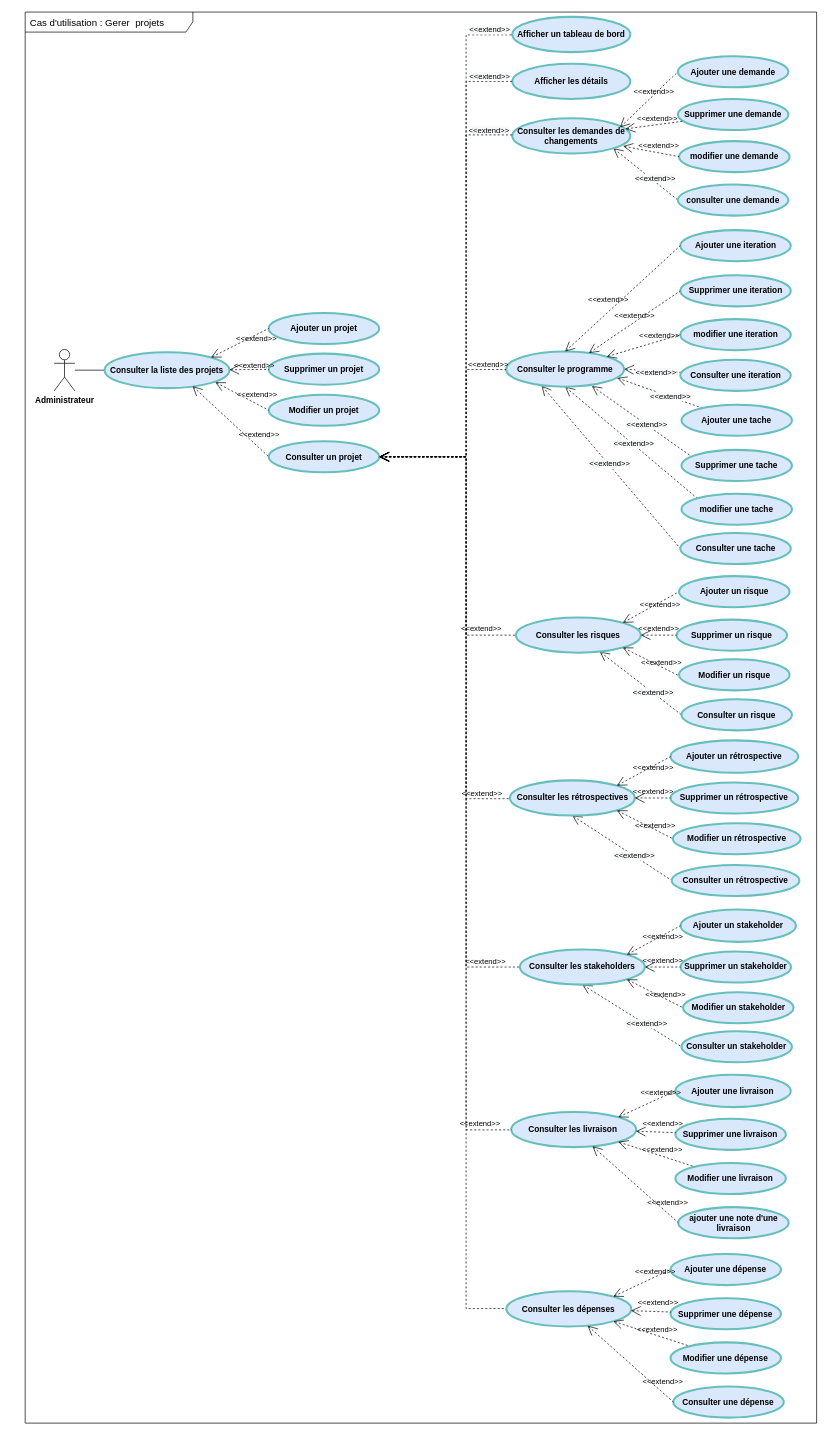
Earlier version of the draw.io diagram Project Use Case.drawio (ZidiMedAmine/UML). Source tidied: cells renumbered, new cells numbered last; positions are measured from the earlier drawing's top-left corner, leaving out a move shared by most shapes. Both pictures are drawn from the tidied source at 69%, with x=0, y=0 at pixel (25, 12).
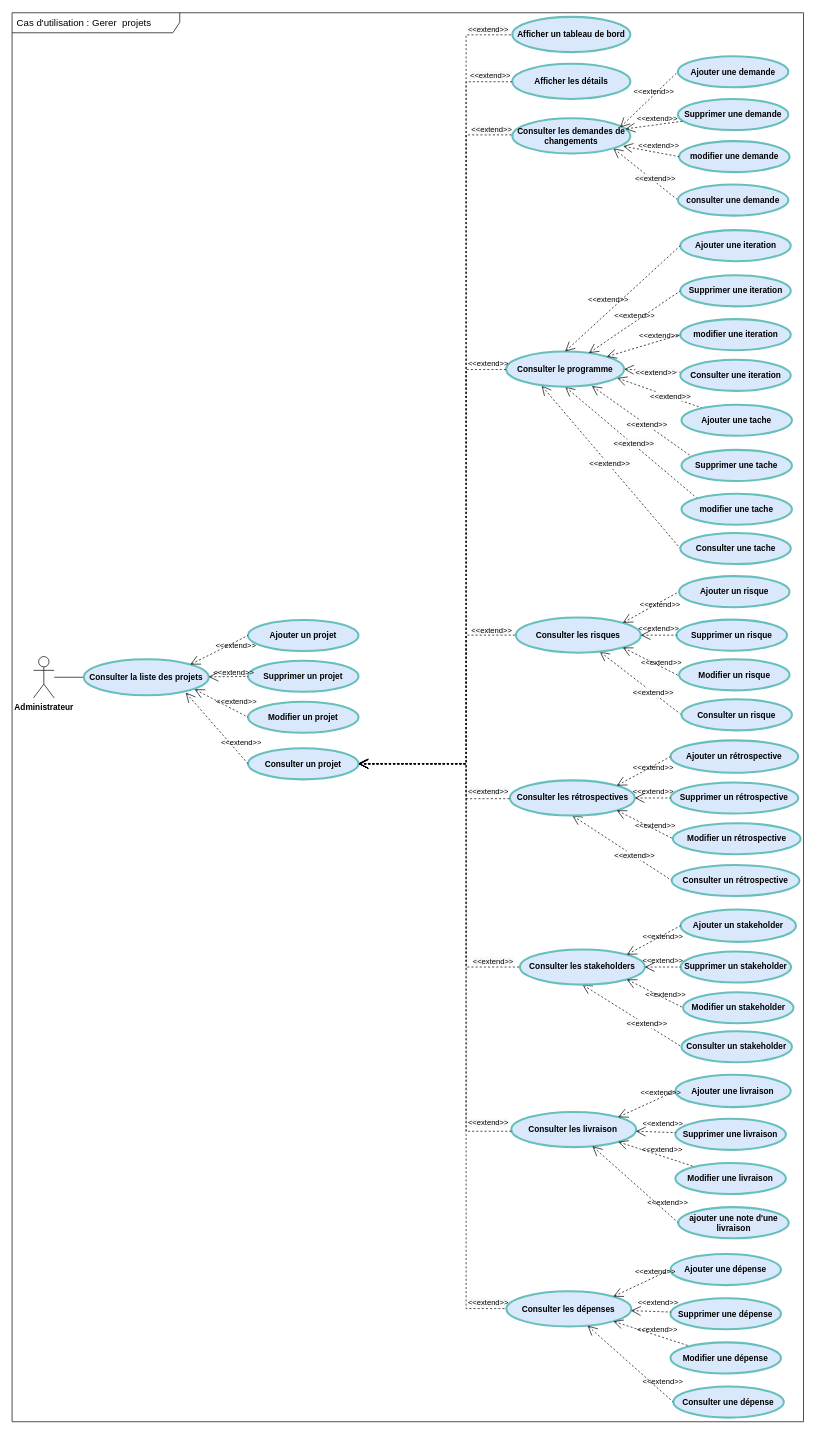
After the change.

Commit message (it also covers changes not shown here):
Mettre à jour Project Use Case.drawio

The change refers to these unchanged cells:
```xml
<mxCell id="5" value="Consulter les livraison&amp;nbsp;" style="shape=ellipse;html=1;strokeWidth=3;fontStyle=1;whiteSpace=wrap;align=center;perimeter=ellipsePerimeter;fillColor=#dae8fc;strokeColor=#67BFBC;" parent="1" vertex="1">
  <mxGeometry x="704.5" y="1594" width="181" height="51" as="geometry" />
</mxCell>
<mxCell id="22" value="Afficher un tableau de bord" style="shape=ellipse;html=1;strokeWidth=3;fontStyle=1;whiteSpace=wrap;align=center;perimeter=ellipsePerimeter;fillColor=#dae8fc;strokeColor=#67BFBC;" parent="1" vertex="1">
  <mxGeometry x="706" y="7" width="171" height="51" as="geometry" />
</mxCell>
<mxCell id="25" value="Afficher les détails" style="shape=ellipse;html=1;strokeWidth=3;fontStyle=1;whiteSpace=wrap;align=center;perimeter=ellipsePerimeter;fillColor=#dae8fc;strokeColor=#67BFBC;" parent="1" vertex="1">
  <mxGeometry x="706" y="75" width="171" height="51" as="geometry" />
</mxCell>
<mxCell id="49" value="Consulter le programme" style="shape=ellipse;html=1;strokeWidth=3;fontStyle=1;whiteSpace=wrap;align=center;perimeter=ellipsePerimeter;fillColor=#dae8fc;strokeColor=#67BFBC;" parent="1" vertex="1">
  <mxGeometry x="697" y="492" width="171" height="51" as="geometry" />
</mxCell>
<mxCell id="60" value="Consulter les risques" style="shape=ellipse;html=1;strokeWidth=3;fontStyle=1;whiteSpace=wrap;align=center;perimeter=ellipsePerimeter;fillColor=#dae8fc;strokeColor=#67BFBC;" parent="1" vertex="1">
  <mxGeometry x="711.2" y="877.5" width="181" height="51" as="geometry" />
</mxCell>
<mxCell id="70" value="Consulter les rétrospectives" style="shape=ellipse;html=1;strokeWidth=3;fontStyle=1;whiteSpace=wrap;align=center;perimeter=ellipsePerimeter;fillColor=#dae8fc;strokeColor=#67BFBC;" parent="1" vertex="1">
  <mxGeometry x="702.5" y="1113.5" width="181" height="51" as="geometry" />
</mxCell>
<mxCell id="80" value="Consulter les stakeholders" style="shape=ellipse;html=1;strokeWidth=3;fontStyle=1;whiteSpace=wrap;align=center;perimeter=ellipsePerimeter;fillColor=#dae8fc;strokeColor=#67BFBC;" parent="1" vertex="1">
  <mxGeometry x="717" y="1358.5" width="181" height="51" as="geometry" />
</mxCell>
<mxCell id="100" value="Consulter les dépenses" style="shape=ellipse;html=1;strokeWidth=3;fontStyle=1;whiteSpace=wrap;align=center;perimeter=ellipsePerimeter;fillColor=#dae8fc;strokeColor=#67BFBC;" parent="1" vertex="1">
  <mxGeometry x="697.4" y="1854" width="181" height="51" as="geometry" />
</mxCell>
```

The edit, as a diff of the source:
```diff
@@
     <mxCell id="2" value="&lt;div style=&quot;text-align: center&quot;&gt;&lt;span&gt;Cas d'utilisation : Gerer&amp;nbsp; projets&lt;/span&gt;&lt;/div&gt;" style="shape=umlFrame;tabPosition=left;html=1;boundedLbl=1;labelInHeader=1;width=243;height=29;swimlaneFillColor=#ffffff;align=left;spacingLeft=5;fontSize=14;" parent="1" vertex="1">
-      <mxGeometry width="1147" height="2045" as="geometry" />
+      <mxGeometry x="-19" y="1" width="1147" height="2042" as="geometry" />
     </mxCell>
@@
     <mxCell id="4" value="&lt;span style=&quot;font-weight: 700&quot;&gt;Administrateur&lt;/span&gt;" style="shape=umlActor;verticalLabelPosition=bottom;verticalAlign=top;html=1;outlineConnect=0;" parent="1" vertex="1">
-      <mxGeometry x="42" y="489" width="30" height="60" as="geometry" />
+      <mxGeometry x="12" y="934" width="30" height="60" as="geometry" />
     </mxCell>
@@
     <mxCell id="12" value="Consulter la liste des projets" style="shape=ellipse;html=1;strokeWidth=3;fontStyle=1;whiteSpace=wrap;align=center;perimeter=ellipsePerimeter;fillColor=#dae8fc;strokeColor=#67BFBC;" parent="1" vertex="1">
-      <mxGeometry x="115" y="493" width="181" height="52" as="geometry" />
+      <mxGeometry x="85" y="938" width="181" height="52" as="geometry" />
     </mxCell>
     <mxCell id="13" value="Ajouter un projet" style="shape=ellipse;html=1;strokeWidth=3;fontStyle=1;whiteSpace=wrap;align=center;perimeter=ellipsePerimeter;fillColor=#dae8fc;strokeColor=#67BFBC;" parent="1" vertex="1">
-      <mxGeometry x="353" y="436" width="160" height="45" as="geometry" />
+      <mxGeometry x="323" y="881" width="160" height="45" as="geometry" />
     </mxCell>
     <mxCell id="14" value="Supprimer un projet" style="shape=ellipse;html=1;strokeWidth=3;fontStyle=1;whiteSpace=wrap;align=center;perimeter=ellipsePerimeter;fillColor=#dae8fc;strokeColor=#67BFBC;" parent="1" vertex="1">
-      <mxGeometry x="353" y="495" width="160" height="45" as="geometry" />
+      <mxGeometry x="323" y="940" width="160" height="45" as="geometry" />
     </mxCell>
     <mxCell id="15" value="Modifier un projet" style="shape=ellipse;html=1;strokeWidth=3;fontStyle=1;whiteSpace=wrap;align=center;perimeter=ellipsePerimeter;fillColor=#dae8fc;strokeColor=#67BFBC;" parent="1" vertex="1">
-      <mxGeometry x="353" y="554.5" width="160" height="45" as="geometry" />
+      <mxGeometry x="323" y="999.5" width="160" height="45" as="geometry" />
     </mxCell>
@@
     <mxCell id="19" style="edgeStyle=orthogonalEdgeStyle;rounded=0;jettySize=auto;html=1;labelBackgroundColor=none;endArrow=none;verticalAlign=bottom;startArrow=open;startSize=12;dashed=1;" parent="1" edge="1" source="20" target="100">
       <mxGeometry relative="1" as="geometry">
         <Array as="points">
-          <mxPoint x="639" y="644" />
+          <mxPoint x="639" y="1090" />
           <mxPoint x="639" y="1879" />
         </Array>
       </mxGeometry>
     </mxCell>
+    <mxCell id="109" value="&lt;span style=&quot;background-color: rgb(248, 249, 250);&quot;&gt;&amp;lt;&amp;lt;extend&amp;gt;&amp;gt;&lt;/span&gt;" style="edgeLabel;html=1;align=center;verticalAlign=middle;" parent="19" vertex="1">
+      <mxGeometry x="0.82" y="-1" relative="1" as="geometry">
+        <mxPoint x="32" y="23" as="offset" />
+      </mxGeometry>
+    </mxCell>
     <mxCell id="20" value="Consulter un projet" style="shape=ellipse;html=1;strokeWidth=3;fontStyle=1;whiteSpace=wrap;align=center;perimeter=ellipsePerimeter;fillColor=#dae8fc;strokeColor=#67BFBC;" parent="1" vertex="1">
-      <mxGeometry x="353" y="622" width="160" height="45" as="geometry" />
+      <mxGeometry x="323" y="1067" width="160" height="45" as="geometry" />
     </mxCell>
-    <mxCell id="21" value="&amp;lt;&amp;lt;extend&amp;gt;&amp;gt;" style="edgeStyle=none;html=1;startArrow=open;endArrow=none;startSize=12;verticalAlign=bottom;dashed=1;labelBackgroundColor=none;rounded=0;entryX=0;entryY=0.5;entryDx=0;entryDy=0;exitX=0.705;exitY=0.948;exitDx=0;exitDy=0;exitPerimeter=0;" parent="1" edge="1" source="12" target="20">
+    <mxCell id="21" value="&amp;lt;&amp;lt;extend&amp;gt;&amp;gt;" style="edgeStyle=none;html=1;startArrow=open;endArrow=none;startSize=12;verticalAlign=bottom;dashed=1;labelBackgroundColor=none;rounded=0;entryX=0;entryY=0.5;entryDx=0;entryDy=0;exitX=0.816;exitY=0.928;exitDx=0;exitDy=0;exitPerimeter=0;" parent="1" edge="1" source="12" target="20">
       <mxGeometry x="0.65" y="7" relative="1" as="geometry">
         <mxPoint x="1" as="offset" />
       </mxGeometry>
     </mxCell>
@@
     <mxCell id="23" style="edgeStyle=orthogonalEdgeStyle;html=1;startArrow=open;endArrow=none;startSize=12;verticalAlign=bottom;dashed=1;labelBackgroundColor=none;rounded=0;" parent="1" edge="1" source="20" target="22">
       <mxGeometry x="0.91" y="8" relative="1" as="geometry">
         <Array as="points">
-          <mxPoint x="639" y="645" />
+          <mxPoint x="639" y="1090" />
           <mxPoint x="639" y="33" />
         </Array>
       </mxGeometry>
     </mxCell>
     <mxCell id="24" value="&lt;span style=&quot;background-color: rgb(248, 249, 250);&quot;&gt;&amp;lt;&amp;lt;extend&amp;gt;&amp;gt;&lt;/span&gt;" style="edgeLabel;html=1;align=center;verticalAlign=middle;" parent="23" vertex="1">
       <mxGeometry x="0.9" y="1" relative="1" as="geometry">
-        <mxPoint x="7" y="-7" as="offset" />
+        <mxPoint x="28" y="-8" as="offset" />
       </mxGeometry>
     </mxCell>
@@
     <mxCell id="26" style="edgeStyle=orthogonalEdgeStyle;html=1;startArrow=open;endArrow=none;startSize=12;verticalAlign=bottom;dashed=1;labelBackgroundColor=none;rounded=0;fontSize=11;" parent="1" edge="1" source="20" target="25">
       <mxGeometry x="0.86" y="-3" relative="1" as="geometry">
         <Array as="points">
-          <mxPoint x="582" y="645" />
-          <mxPoint x="639" y="645" />
+          <mxPoint x="639" y="1090" />
           <mxPoint x="639" y="101" />
         </Array>
       </mxGeometry>
     </mxCell>
     <mxCell id="27" value="&lt;span style=&quot;background-color: rgb(248, 249, 250);&quot;&gt;&amp;lt;&amp;lt;extend&amp;gt;&amp;gt;&lt;/span&gt;" style="edgeLabel;html=1;align=center;verticalAlign=middle;" parent="26" vertex="1">
       <mxGeometry x="0.77" y="-2" relative="1" as="geometry">
-        <mxPoint x="31" y="-26" as="offset" />
+        <mxPoint x="32" y="-82" as="offset" />
       </mxGeometry>
     </mxCell>
     <mxCell id="28" value="&lt;span style=&quot;background-color: rgb(248, 249, 250);&quot;&gt;&amp;lt;&amp;lt;extend&amp;gt;&amp;gt;&lt;/span&gt;" style="edgeLabel;html=1;align=center;verticalAlign=middle;" parent="26" vertex="1">
       <mxGeometry x="0.64" y="-1" relative="1" as="geometry">
-        <mxPoint x="31" y="5" as="offset" />
+        <mxPoint x="35" y="-82" as="offset" />
       </mxGeometry>
     </mxCell>
@@
     <mxCell id="32" style="edgeStyle=orthogonalEdgeStyle;html=1;startArrow=open;endArrow=none;startSize=12;verticalAlign=bottom;dashed=1;labelBackgroundColor=none;rounded=0;fontSize=11;" parent="1" edge="1" source="20">
       <mxGeometry x="0.81" y="-2" relative="1" as="geometry">
         <mxPoint x="706" y="178" as="targetPoint" />
         <Array as="points">
-          <mxPoint x="639" y="645" />
+          <mxPoint x="639" y="1090" />
           <mxPoint x="639" y="178" />
         </Array>
       </mxGeometry>
     </mxCell>
@@
     <mxCell id="50" style="edgeStyle=orthogonalEdgeStyle;html=1;startArrow=open;endArrow=none;startSize=12;verticalAlign=bottom;dashed=1;labelBackgroundColor=none;rounded=0;fontSize=11;" parent="1" edge="1" source="20" target="49">
       <mxGeometry x="0.69" y="-4" relative="1" as="geometry">
         <Array as="points">
-          <mxPoint x="639" y="644" />
+          <mxPoint x="639" y="1090" />
           <mxPoint x="639" y="518" />
         </Array>
       </mxGeometry>
     </mxCell>
     <mxCell id="51" value="&lt;span style=&quot;&quot;&gt;&amp;lt;&amp;lt;extend&amp;gt;&amp;gt;&lt;/span&gt;" style="edgeLabel;html=1;align=center;verticalAlign=middle;labelBackgroundColor=none;" parent="50" vertex="1">
       <mxGeometry x="0.54" y="-3" relative="1" as="geometry">
-        <mxPoint x="28" y="-21" as="offset" />
+        <mxPoint x="28" y="-132" as="offset" />
       </mxGeometry>
     </mxCell>
+    <mxCell id="110" value="&lt;span style=&quot;background-color: rgb(248, 249, 250);&quot;&gt;&amp;lt;&amp;lt;extend&amp;gt;&amp;gt;&lt;/span&gt;" style="edgeLabel;html=1;align=center;verticalAlign=middle;" parent="50" vertex="1">
+      <mxGeometry x="-0.07" y="1" relative="1" as="geometry">
+        <mxPoint x="37" y="16" as="offset" />
+      </mxGeometry>
+    </mxCell>
@@
-    <mxCell id="67" value="&amp;lt;&amp;lt;extend&amp;gt;&amp;gt;" style="edgeStyle=orthogonalEdgeStyle;html=1;startArrow=open;endArrow=none;startSize=12;verticalAlign=bottom;dashed=1;labelBackgroundColor=none;rounded=0;fontSize=11;" parent="1" edge="1" source="20" target="60">
-      <mxGeometry x="0.78" relative="1" as="geometry">
+    <mxCell id="67" style="edgeStyle=orthogonalEdgeStyle;html=1;startArrow=open;endArrow=none;startSize=12;verticalAlign=bottom;dashed=1;labelBackgroundColor=none;rounded=0;fontSize=11;" parent="1" edge="1" source="20" target="60">
+      <mxGeometry x="0.83" y="9" relative="1" as="geometry">
         <Array as="points">
-          <mxPoint x="639" y="645" />
+          <mxPoint x="639" y="1090" />
           <mxPoint x="639" y="903" />
         </Array>
       </mxGeometry>
     </mxCell>
@@
-    <mxCell id="77" value="&amp;lt;&amp;lt;extend&amp;gt;&amp;gt;" style="edgeStyle=orthogonalEdgeStyle;html=1;startArrow=open;endArrow=none;startSize=12;verticalAlign=bottom;dashed=1;labelBackgroundColor=none;rounded=0;fontSize=11;" parent="1" edge="1" source="20" target="70">
-      <mxGeometry x="0.88" y="-1" relative="1" as="geometry">
+    <mxCell id="77" style="edgeStyle=orthogonalEdgeStyle;html=1;startArrow=open;endArrow=none;startSize=12;verticalAlign=bottom;dashed=1;labelBackgroundColor=none;rounded=0;fontSize=11;" parent="1" edge="1" source="20" target="70">
+      <mxGeometry x="0.92" y="11" relative="1" as="geometry">
         <Array as="points">
-          <mxPoint x="639" y="645" />
+          <mxPoint x="639" y="1090" />
           <mxPoint x="639" y="1140" />
         </Array>
       </mxGeometry>
     </mxCell>
@@
-    <mxCell id="87" value="&amp;lt;&amp;lt;extend&amp;gt;&amp;gt;" style="edgeStyle=orthogonalEdgeStyle;html=1;startArrow=open;endArrow=none;startSize=12;verticalAlign=bottom;dashed=1;labelBackgroundColor=none;rounded=0;fontSize=11;" parent="1" edge="1">
+    <mxCell id="87" style="edgeStyle=orthogonalEdgeStyle;html=1;startArrow=open;endArrow=none;startSize=12;verticalAlign=bottom;dashed=1;labelBackgroundColor=none;rounded=0;fontSize=11;" parent="1" edge="1" source="20" target="80">
       <mxGeometry x="0.89" y="-1" relative="1" as="geometry">
-        <mxPoint x="514" y="644.5" as="sourcePoint" />
-        <mxPoint x="718" y="1384" as="targetPoint" />
         <Array as="points">
-          <mxPoint x="639" y="645" />
+          <mxPoint x="639" y="1090" />
           <mxPoint x="639" y="1384" />
         </Array>
       </mxGeometry>
     </mxCell>
-    <mxCell id="88" value="&amp;lt;&amp;lt;extend&amp;gt;&amp;gt;" style="edgeStyle=orthogonalEdgeStyle;html=1;startArrow=open;endArrow=none;startSize=12;verticalAlign=bottom;dashed=1;labelBackgroundColor=none;rounded=0;fontSize=11;" parent="1" edge="1">
+    <mxCell id="88" style="edgeStyle=orthogonalEdgeStyle;html=1;startArrow=open;endArrow=none;startSize=12;verticalAlign=bottom;dashed=1;labelBackgroundColor=none;rounded=0;fontSize=11;" parent="1" edge="1" target="5">
       <mxGeometry x="0.92" relative="1" as="geometry">
-        <mxPoint x="514" y="644.5" as="sourcePoint" />
-        <mxPoint x="705.5" y="1620" as="targetPoint" />
+        <mxPoint x="482.5" y="1089" as="sourcePoint" />
         <Array as="points">
-          <mxPoint x="639" y="645" />
-          <mxPoint x="639" y="1620" />
+          <mxPoint x="639" y="1089" />
+          <mxPoint x="639" y="1622" />
         </Array>
       </mxGeometry>
     </mxCell>
+    <mxCell id="111" value="&lt;span style=&quot;background-color: rgb(248, 249, 250);&quot;&gt;&amp;lt;&amp;lt;extend&amp;gt;&amp;gt;&lt;/span&gt;" style="edgeLabel;html=1;align=center;verticalAlign=middle;" parent="88" vertex="1">
+      <mxGeometry x="-0.51" relative="1" as="geometry">
+        <mxPoint x="31" y="11" as="offset" />
+      </mxGeometry>
+    </mxCell>
+    <mxCell id="112" value="&lt;span style=&quot;background-color: rgb(248, 249, 250);&quot;&gt;&amp;lt;&amp;lt;extend&amp;gt;&amp;gt;&lt;/span&gt;" style="edgeLabel;html=1;align=center;verticalAlign=middle;" parent="88" vertex="1">
+      <mxGeometry x="0.14" y="-2" relative="1" as="geometry">
+        <mxPoint x="40" y="12" as="offset" />
+      </mxGeometry>
+    </mxCell>
+    <mxCell id="113" value="&lt;span style=&quot;background-color: rgb(248, 249, 250);&quot;&gt;&amp;lt;&amp;lt;extend&amp;gt;&amp;gt;&lt;/span&gt;" style="edgeLabel;html=1;align=center;verticalAlign=middle;" parent="88" vertex="1">
+      <mxGeometry x="0.74" y="2" relative="1" as="geometry">
+        <mxPoint x="29" y="20" as="offset" />
+      </mxGeometry>
+    </mxCell>
```
